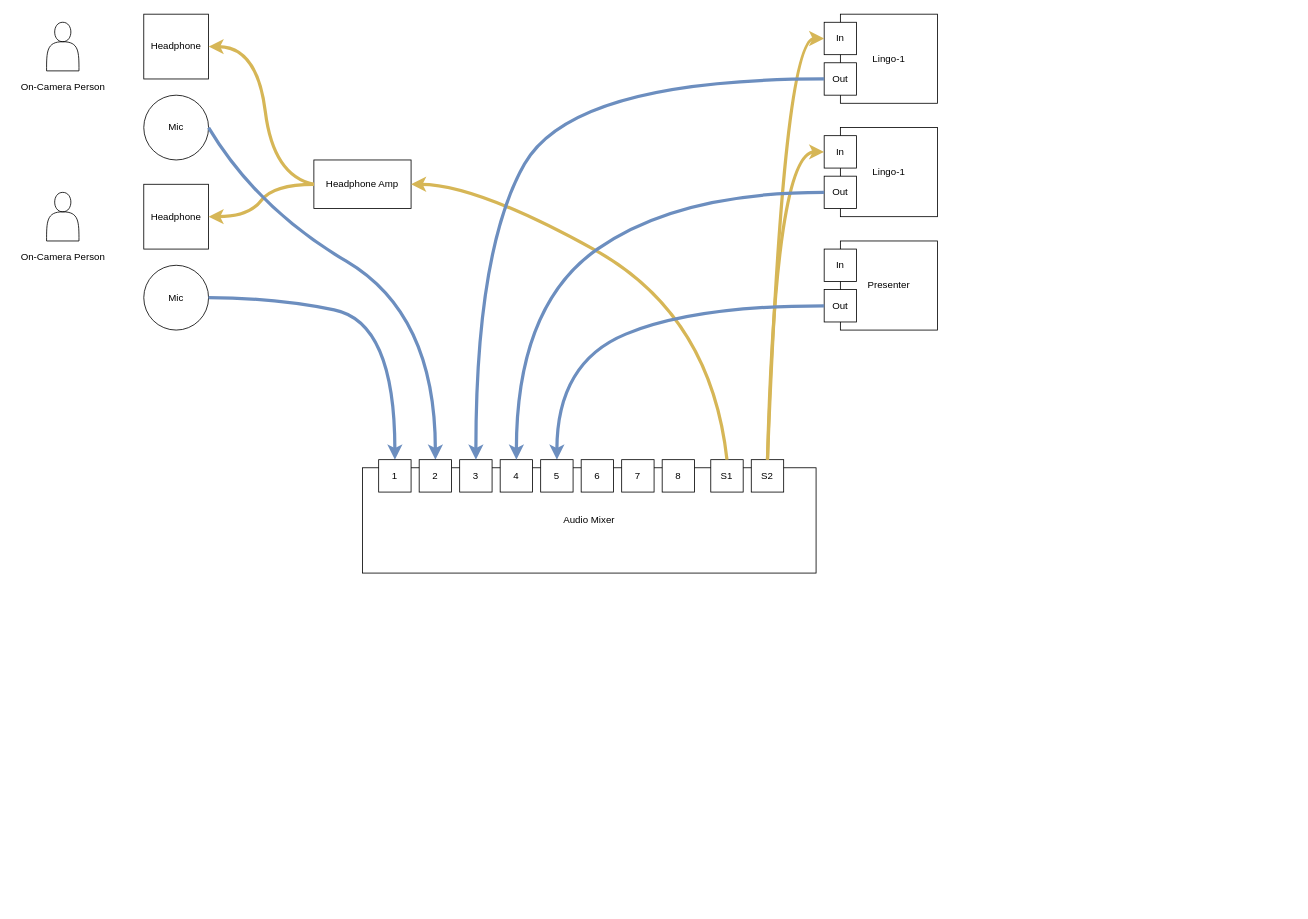
Before: csh-setup.drawio in stblassitude/csh-setup, a draw.io diagram. Source tidied: cells renumbered, new cells numbered last; positions are measured from the earlier drawing's top-left corner, leaving out a move shared by most shapes. Both pictures are drawn from the tidied source at 81%, with x=0, y=0 at pixel (14, 14).
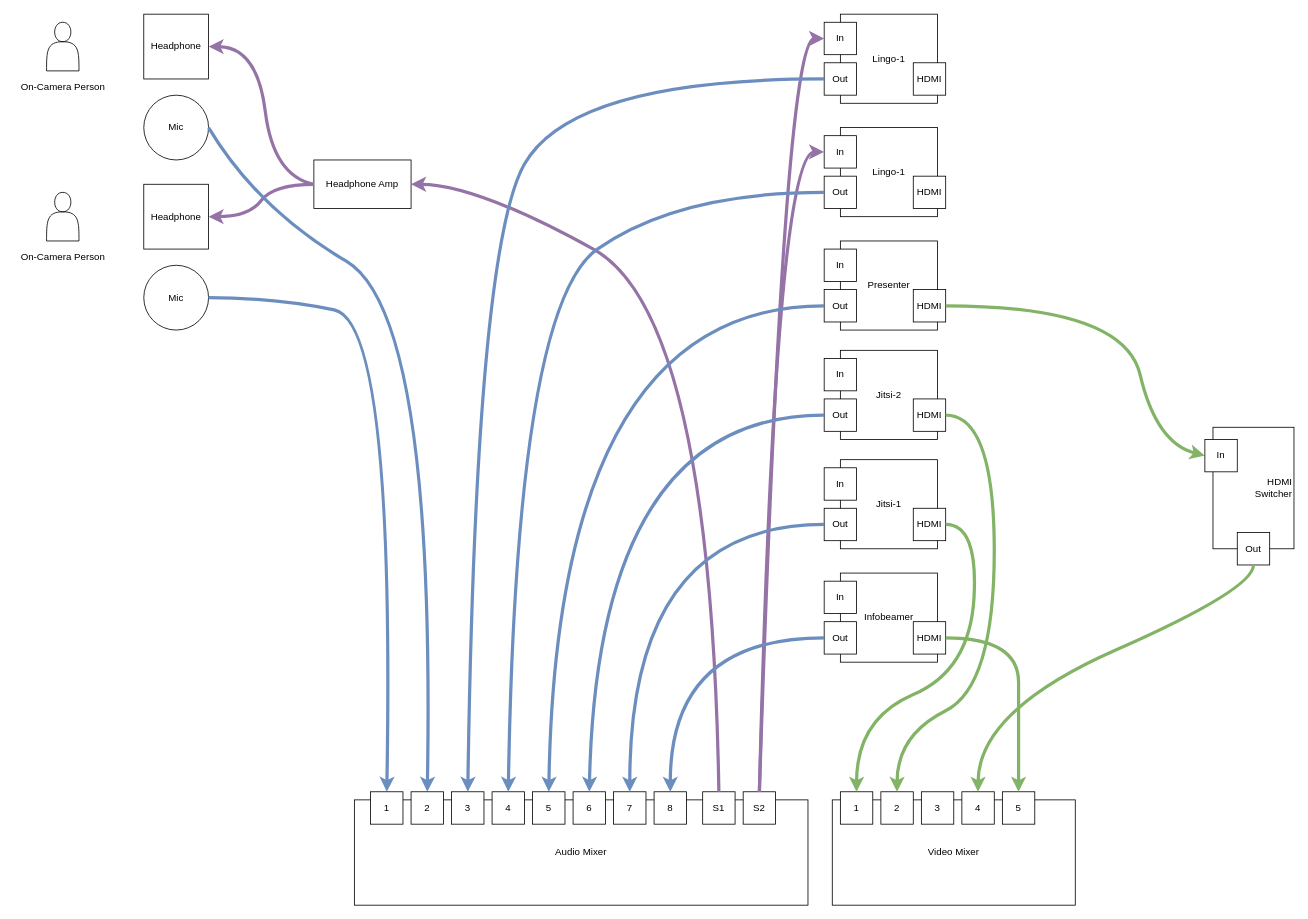
The same diagram, later.

Commit message:
Video Verbindungen

The change refers to these unchanged cells:
```xml
<mxCell id="4" value="Headphone" style="whiteSpace=wrap;html=1;" parent="1" vertex="1">
  <mxGeometry x="160" width="80" height="80" as="geometry" />
</mxCell>
<mxCell id="8" value="Headphone" style="whiteSpace=wrap;html=1;" parent="1" vertex="1">
  <mxGeometry x="160" y="210" width="80" height="80" as="geometry" />
</mxCell>
<mxCell id="10" value="Headphone Amp" style="rounded=0;whiteSpace=wrap;html=1;" parent="1" vertex="1">
  <mxGeometry x="370" y="180" width="120" height="60" as="geometry" />
</mxCell>
<mxCell id="24" value="In" style="whiteSpace=wrap;html=1;" parent="1" vertex="1">
  <mxGeometry x="1000" y="10" width="40" height="40" as="geometry" />
</mxCell>
<mxCell id="27" value="In" style="whiteSpace=wrap;html=1;" parent="1" vertex="1">
  <mxGeometry x="1000" y="150" width="40" height="40" as="geometry" />
</mxCell>
<mxCell id="35" value="Out" style="whiteSpace=wrap;html=1;" parent="1" vertex="1">
  <mxGeometry x="1000" y="340" width="40" height="40" as="geometry" />
</mxCell>
```

What changed in the source:
```diff
@@
-    <mxCell id="11" style="curved=1;endArrow=classic;html=1;rounded=0;exitX=0;exitY=0.5;exitDx=0;exitDy=0;entryX=1;entryY=0.5;entryDx=0;entryDy=0;fillColor=#fff2cc;strokeColor=#d6b656;endSize=6;strokeWidth=4;" parent="1" edge="1" source="10" target="4">
+    <mxCell id="11" style="curved=1;endArrow=classic;html=1;rounded=0;exitX=0;exitY=0.5;exitDx=0;exitDy=0;entryX=1;entryY=0.5;entryDx=0;entryDy=0;fillColor=#e1d5e7;strokeColor=#9673a6;endSize=6;strokeWidth=4;" parent="1" edge="1" source="10" target="4">
       <mxGeometry relative="1" as="geometry">
         <Array as="points">
           <mxPoint x="320" y="200" />
           <mxPoint x="300" y="40" />
         </Array>
       </mxGeometry>
     </mxCell>
-    <mxCell id="12" style="curved=1;endArrow=classic;html=1;rounded=0;entryX=1;entryY=0.5;entryDx=0;entryDy=0;fillColor=#fff2cc;strokeColor=#d6b656;endSize=6;strokeWidth=4;" parent="1" edge="1" target="8">
+    <mxCell id="12" style="curved=1;endArrow=classic;html=1;rounded=0;entryX=1;entryY=0.5;entryDx=0;entryDy=0;fillColor=#e1d5e7;strokeColor=#9673a6;endSize=6;strokeWidth=4;" parent="1" edge="1" target="8">
       <mxGeometry relative="1" as="geometry">
         <mxPoint x="370" y="210" as="sourcePoint" />
         <Array as="points">
           <mxPoint x="320" y="210" />
           <mxPoint x="290" y="250" />
         </Array>
       </mxGeometry>
     </mxCell>
     <mxCell id="13" value="Audio Mixer" style="rounded=0;whiteSpace=wrap;html=1;" parent="1" vertex="1">
-      <mxGeometry x="430" y="560" width="560" height="130" as="geometry" />
+      <mxGeometry x="420" y="970" width="560" height="130" as="geometry" />
     </mxCell>
@@
     <mxCell id="16" value="1" style="whiteSpace=wrap;html=1;" parent="1" vertex="1">
-      <mxGeometry x="450" y="550" width="40" height="40" as="geometry" />
+      <mxGeometry x="440" y="960" width="40" height="40" as="geometry" />
     </mxCell>
     <mxCell id="17" value="2" style="whiteSpace=wrap;html=1;" parent="1" vertex="1">
-      <mxGeometry x="500" y="550" width="40" height="40" as="geometry" />
+      <mxGeometry x="490" y="960" width="40" height="40" as="geometry" />
     </mxCell>
     <mxCell id="18" value="S1" style="whiteSpace=wrap;html=1;" parent="1" vertex="1">
-      <mxGeometry x="860" y="550" width="40" height="40" as="geometry" />
+      <mxGeometry x="850" y="960" width="40" height="40" as="geometry" />
     </mxCell>
-    <mxCell id="19" style="curved=1;endArrow=classic;html=1;rounded=0;exitX=0.5;exitY=0;exitDx=0;exitDy=0;entryX=1;entryY=0.5;entryDx=0;entryDy=0;fillColor=#fff2cc;strokeColor=#d6b656;endSize=6;strokeWidth=4;" parent="1" edge="1" source="18" target="10">
+    <mxCell id="19" style="curved=1;endArrow=classic;html=1;rounded=0;exitX=0.5;exitY=0;exitDx=0;exitDy=0;entryX=1;entryY=0.5;entryDx=0;entryDy=0;fillColor=#e1d5e7;strokeColor=#9673a6;endSize=6;strokeWidth=4;" parent="1" edge="1" source="18" target="10">
       <mxGeometry relative="1" as="geometry">
         <Array as="points">
           <mxPoint x="860" y="370" />
           <mxPoint x="570" y="210" />
         </Array>
       </mxGeometry>
     </mxCell>
     <mxCell id="20" value="3" style="whiteSpace=wrap;html=1;" parent="1" vertex="1">
-      <mxGeometry x="550" y="550" width="40" height="40" as="geometry" />
+      <mxGeometry x="540" y="960" width="40" height="40" as="geometry" />
     </mxCell>
     <mxCell id="21" value="4" style="whiteSpace=wrap;html=1;" parent="1" vertex="1">
-      <mxGeometry x="600" y="550" width="40" height="40" as="geometry" />
+      <mxGeometry x="590" y="960" width="40" height="40" as="geometry" />
     </mxCell>
     <mxCell id="22" value="S2" style="whiteSpace=wrap;html=1;" parent="1" vertex="1">
-      <mxGeometry x="910" y="550" width="40" height="40" as="geometry" />
+      <mxGeometry x="900" y="960" width="40" height="40" as="geometry" />
     </mxCell>
@@
-    <mxCell id="29" style="curved=1;endArrow=classic;html=1;rounded=0;exitX=0.5;exitY=0;exitDx=0;exitDy=0;entryX=0;entryY=0.5;entryDx=0;entryDy=0;fillColor=#fff2cc;strokeColor=#d6b656;endSize=6;strokeWidth=4;" parent="1" edge="1" source="22" target="27">
+    <mxCell id="29" style="curved=1;endArrow=classic;html=1;rounded=0;exitX=0.5;exitY=0;exitDx=0;exitDy=0;entryX=0;entryY=0.5;entryDx=0;entryDy=0;fillColor=#e1d5e7;strokeColor=#9673a6;endSize=6;strokeWidth=4;" parent="1" edge="1" source="22" target="27">
       <mxGeometry relative="1" as="geometry">
         <Array as="points">
           <mxPoint x="940" y="170" />
         </Array>
       </mxGeometry>
     </mxCell>
-    <mxCell id="30" style="curved=1;endArrow=classic;html=1;rounded=0;entryX=0;entryY=0.5;entryDx=0;entryDy=0;fillColor=#fff2cc;strokeColor=#d6b656;endSize=6;strokeWidth=4;exitX=0.5;exitY=0;exitDx=0;exitDy=0;" parent="1" edge="1" source="22" target="24">
+    <mxCell id="30" style="curved=1;endArrow=classic;html=1;rounded=0;entryX=0;entryY=0.5;entryDx=0;entryDy=0;fillColor=#e1d5e7;strokeColor=#9673a6;endSize=6;strokeWidth=4;exitX=0.5;exitY=0;exitDx=0;exitDy=0;" parent="1" edge="1" source="22" target="24">
       <mxGeometry relative="1" as="geometry">
         <Array as="points">
           <mxPoint x="950" y="30" />
         </Array>
       </mxGeometry>
     </mxCell>
@@
     <mxCell id="36" style="curved=1;endArrow=classic;html=1;rounded=0;entryX=0.5;entryY=0;entryDx=0;entryDy=0;exitX=0;exitY=0.5;exitDx=0;exitDy=0;fillColor=#dae8fc;strokeColor=#6c8ebf;strokeWidth=4;" parent="1" edge="1" source="35" target="37">
       <mxGeometry relative="1" as="geometry">
         <Array as="points">
-          <mxPoint x="840" y="360" />
-          <mxPoint x="670" y="430" />
+          <mxPoint x="670" y="360" />
         </Array>
       </mxGeometry>
     </mxCell>
     <mxCell id="37" value="5" style="whiteSpace=wrap;html=1;" parent="1" vertex="1">
-      <mxGeometry x="650" y="550" width="40" height="40" as="geometry" />
+      <mxGeometry x="640" y="960" width="40" height="40" as="geometry" />
     </mxCell>
     <mxCell id="38" value="6&lt;br&gt;" style="whiteSpace=wrap;html=1;" parent="1" vertex="1">
-      <mxGeometry x="700" y="550" width="40" height="40" as="geometry" />
+      <mxGeometry x="690" y="960" width="40" height="40" as="geometry" />
     </mxCell>
     <mxCell id="39" value="7&lt;br&gt;" style="whiteSpace=wrap;html=1;" parent="1" vertex="1">
-      <mxGeometry x="750" y="550" width="40" height="40" as="geometry" />
+      <mxGeometry x="740" y="960" width="40" height="40" as="geometry" />
     </mxCell>
     <mxCell id="40" value="8&lt;br&gt;" style="whiteSpace=wrap;html=1;" parent="1" vertex="1">
-      <mxGeometry x="800" y="550" width="40" height="40" as="geometry" />
+      <mxGeometry x="790" y="960" width="40" height="40" as="geometry" />
     </mxCell>
+    <mxCell id="41" value="Video Mixer" style="rounded=0;whiteSpace=wrap;html=1;" parent="1" vertex="1">
+      <mxGeometry x="1010" y="970" width="300" height="130" as="geometry" />
+    </mxCell>
+    <mxCell id="42" value="1" style="whiteSpace=wrap;html=1;" parent="1" vertex="1">
+      <mxGeometry x="1020" y="960" width="40" height="40" as="geometry" />
+    </mxCell>
+    <mxCell id="43" value="2" style="whiteSpace=wrap;html=1;" parent="1" vertex="1">
+      <mxGeometry x="1070" y="960" width="40" height="40" as="geometry" />
+    </mxCell>
+    <mxCell id="44" value="3" style="whiteSpace=wrap;html=1;" parent="1" vertex="1">
+      <mxGeometry x="1120" y="960" width="40" height="40" as="geometry" />
+    </mxCell>
+    <mxCell id="45" value="4" style="whiteSpace=wrap;html=1;" parent="1" vertex="1">
+      <mxGeometry x="1170" y="960" width="40" height="40" as="geometry" />
+    </mxCell>
+    <mxCell id="46" value="5" style="whiteSpace=wrap;html=1;" parent="1" vertex="1">
+      <mxGeometry x="1220" y="960" width="40" height="40" as="geometry" />
+    </mxCell>
+    <mxCell id="47" value="Jitsi-2" style="rounded=0;whiteSpace=wrap;html=1;" parent="1" vertex="1">
+      <mxGeometry x="1020" y="415" width="120" height="110" as="geometry" />
+    </mxCell>
+    <mxCell id="48" value="In" style="whiteSpace=wrap;html=1;" parent="1" vertex="1">
+      <mxGeometry x="1000" y="425" width="40" height="40" as="geometry" />
+    </mxCell>
+    <mxCell id="49" value="Out" style="whiteSpace=wrap;html=1;" parent="1" vertex="1">
+      <mxGeometry x="1000" y="475" width="40" height="40" as="geometry" />
+    </mxCell>
+    <mxCell id="50" value="Jitsi-1" style="rounded=0;whiteSpace=wrap;html=1;" parent="1" vertex="1">
+      <mxGeometry x="1020" y="550" width="120" height="110" as="geometry" />
+    </mxCell>
+    <mxCell id="51" value="In" style="whiteSpace=wrap;html=1;" parent="1" vertex="1">
+      <mxGeometry x="1000" y="560" width="40" height="40" as="geometry" />
+    </mxCell>
+    <mxCell id="52" value="Out" style="whiteSpace=wrap;html=1;" parent="1" vertex="1">
+      <mxGeometry x="1000" y="610" width="40" height="40" as="geometry" />
+    </mxCell>
+    <mxCell id="53" style="curved=1;endArrow=classic;html=1;rounded=0;entryX=0.5;entryY=0;entryDx=0;entryDy=0;exitX=0;exitY=0.5;exitDx=0;exitDy=0;fillColor=#dae8fc;strokeColor=#6c8ebf;strokeWidth=4;" parent="1" edge="1" source="49" target="38">
+      <mxGeometry relative="1" as="geometry">
+        <Array as="points">
+          <mxPoint x="720" y="495" />
+        </Array>
+      </mxGeometry>
+    </mxCell>
+    <mxCell id="54" style="curved=1;endArrow=classic;html=1;rounded=0;entryX=0.5;entryY=0;entryDx=0;entryDy=0;exitX=0;exitY=0.5;exitDx=0;exitDy=0;fillColor=#dae8fc;strokeColor=#6c8ebf;strokeWidth=4;" parent="1" edge="1" source="52" target="39">
+      <mxGeometry relative="1" as="geometry">
+        <Array as="points">
+          <mxPoint x="760" y="630" />
+        </Array>
+      </mxGeometry>
+    </mxCell>
+    <mxCell id="55" value="HDMI" style="whiteSpace=wrap;html=1;" parent="1" vertex="1">
+      <mxGeometry x="1110" y="60" width="40" height="40" as="geometry" />
+    </mxCell>
+    <mxCell id="56" value="HDMI" style="whiteSpace=wrap;html=1;" parent="1" vertex="1">
+      <mxGeometry x="1110" y="200" width="40" height="40" as="geometry" />
+    </mxCell>
+    <mxCell id="57" value="HDMI" style="whiteSpace=wrap;html=1;" parent="1" vertex="1">
+      <mxGeometry x="1110" y="340" width="40" height="40" as="geometry" />
+    </mxCell>
+    <mxCell id="58" value="HDMI" style="whiteSpace=wrap;html=1;" parent="1" vertex="1">
+      <mxGeometry x="1110" y="475" width="40" height="40" as="geometry" />
+    </mxCell>
+    <mxCell id="59" value="HDMI" style="whiteSpace=wrap;html=1;" parent="1" vertex="1">
+      <mxGeometry x="1110" y="610" width="40" height="40" as="geometry" />
+    </mxCell>
+    <mxCell id="60" style="curved=1;endArrow=classic;html=1;rounded=0;entryX=0.5;entryY=0;entryDx=0;entryDy=0;exitX=1;exitY=0.5;exitDx=0;exitDy=0;fillColor=#d5e8d4;strokeColor=#82b366;strokeWidth=4;" parent="1" edge="1" source="59" target="42">
+      <mxGeometry relative="1" as="geometry">
+        <Array as="points">
+          <mxPoint x="1190" y="630" />
+          <mxPoint x="1180" y="810" />
+          <mxPoint x="1040" y="870" />
+        </Array>
+      </mxGeometry>
+    </mxCell>
+    <mxCell id="61" style="curved=1;endArrow=classic;html=1;rounded=0;entryX=0.5;entryY=0;entryDx=0;entryDy=0;exitX=1;exitY=0.5;exitDx=0;exitDy=0;fillColor=#d5e8d4;strokeColor=#82b366;strokeWidth=4;" parent="1" edge="1" source="58" target="43">
+      <mxGeometry relative="1" as="geometry">
+        <Array as="points">
+          <mxPoint x="1210" y="495" />
+          <mxPoint x="1210" y="830" />
+          <mxPoint x="1090" y="890" />
+        </Array>
+      </mxGeometry>
+    </mxCell>
+    <mxCell id="62" style="curved=1;endArrow=classic;html=1;rounded=0;exitX=1;exitY=0.5;exitDx=0;exitDy=0;fillColor=#d5e8d4;strokeColor=#82b366;strokeWidth=4;entryX=0;entryY=0.5;entryDx=0;entryDy=0;" parent="1" edge="1" source="57" target="70">
+      <mxGeometry relative="1" as="geometry">
+        <Array as="points">
+          <mxPoint x="1370" y="360" />
+          <mxPoint x="1410" y="530" />
+        </Array>
+      </mxGeometry>
+    </mxCell>
+    <mxCell id="63" value="Infobeamer" style="rounded=0;whiteSpace=wrap;html=1;" parent="1" vertex="1">
+      <mxGeometry x="1020" y="690" width="120" height="110" as="geometry" />
+    </mxCell>
+    <mxCell id="64" value="In" style="whiteSpace=wrap;html=1;" parent="1" vertex="1">
+      <mxGeometry x="1000" y="700" width="40" height="40" as="geometry" />
+    </mxCell>
+    <mxCell id="65" value="Out" style="whiteSpace=wrap;html=1;" parent="1" vertex="1">
+      <mxGeometry x="1000" y="750" width="40" height="40" as="geometry" />
+    </mxCell>
+    <mxCell id="66" value="HDMI" style="whiteSpace=wrap;html=1;" parent="1" vertex="1">
+      <mxGeometry x="1110" y="750" width="40" height="40" as="geometry" />
+    </mxCell>
+    <mxCell id="67" style="curved=1;endArrow=classic;html=1;rounded=0;entryX=0.5;entryY=0;entryDx=0;entryDy=0;exitX=0;exitY=0.5;exitDx=0;exitDy=0;fillColor=#dae8fc;strokeColor=#6c8ebf;strokeWidth=4;" parent="1" edge="1" source="65" target="40">
+      <mxGeometry relative="1" as="geometry">
+        <Array as="points">
+          <mxPoint x="810" y="770" />
+        </Array>
+      </mxGeometry>
+    </mxCell>
+    <mxCell id="68" style="curved=1;endArrow=classic;html=1;rounded=0;entryX=0.5;entryY=0;entryDx=0;entryDy=0;exitX=1;exitY=0.5;exitDx=0;exitDy=0;fillColor=#d5e8d4;strokeColor=#82b366;strokeWidth=4;" parent="1" edge="1" source="66" target="46">
+      <mxGeometry relative="1" as="geometry">
+        <Array as="points">
+          <mxPoint x="1240" y="770" />
+          <mxPoint x="1240" y="880" />
+        </Array>
+      </mxGeometry>
+    </mxCell>
+    <mxCell id="69" value="HDMI&lt;br&gt;Switcher" style="rounded=0;whiteSpace=wrap;html=1;direction=south;align=right;" parent="1" vertex="1">
+      <mxGeometry x="1480" y="510" width="100" height="150" as="geometry" />
+    </mxCell>
+    <mxCell id="70" value="In" style="whiteSpace=wrap;html=1;" parent="1" vertex="1">
+      <mxGeometry x="1470" y="525" width="40" height="40" as="geometry" />
+    </mxCell>
+    <mxCell id="71" value="Out" style="whiteSpace=wrap;html=1;" parent="1" vertex="1">
+      <mxGeometry x="1510" y="640" width="40" height="40" as="geometry" />
+    </mxCell>
+    <mxCell id="72" style="curved=1;endArrow=classic;html=1;rounded=0;entryX=0.5;entryY=0;entryDx=0;entryDy=0;exitX=0.5;exitY=1;exitDx=0;exitDy=0;fillColor=#d5e8d4;strokeColor=#82b366;strokeWidth=4;" parent="1" edge="1" source="71" target="45">
+      <mxGeometry relative="1" as="geometry">
+        <Array as="points">
+          <mxPoint x="1530" y="710" />
+          <mxPoint x="1190" y="860" />
+        </Array>
+      </mxGeometry>
+    </mxCell>
```
